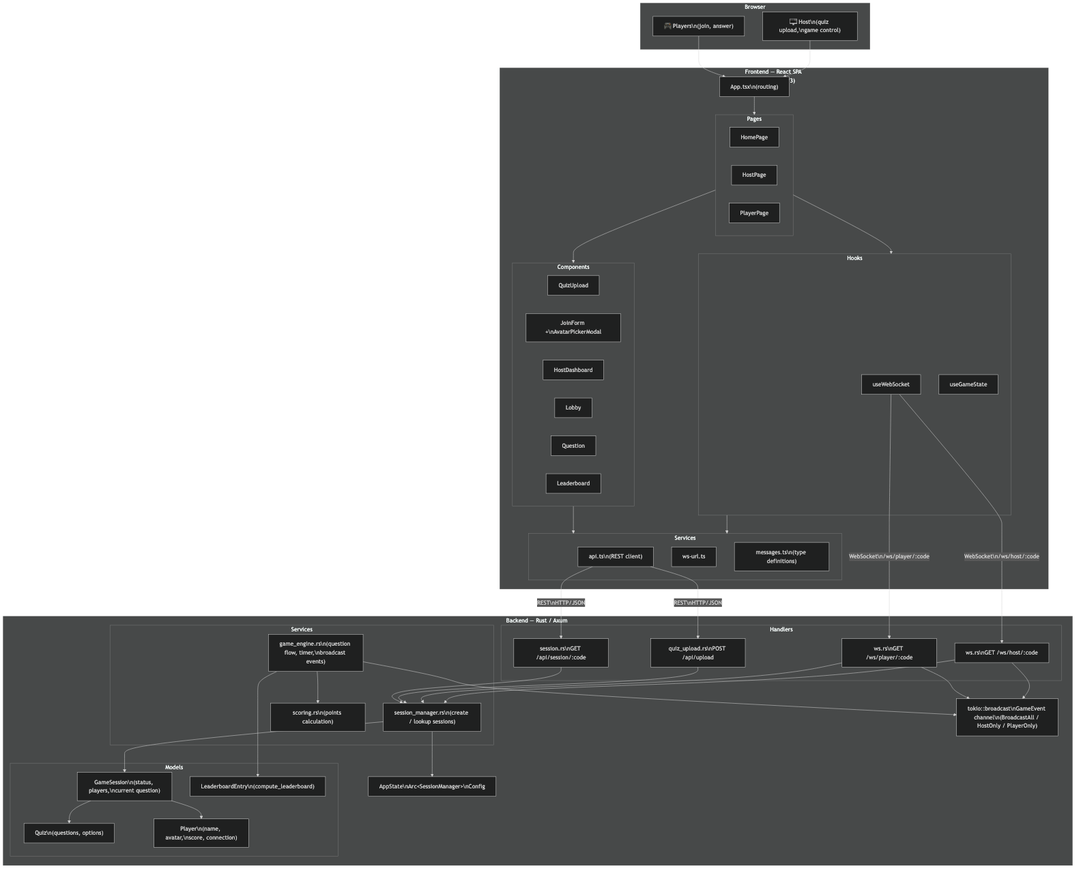
Above: docs/images/architecture.png in campeis/quiz-game (Mermaid), before the change. Its source is kept beside it as docs/diagrams/architecture.mmd.
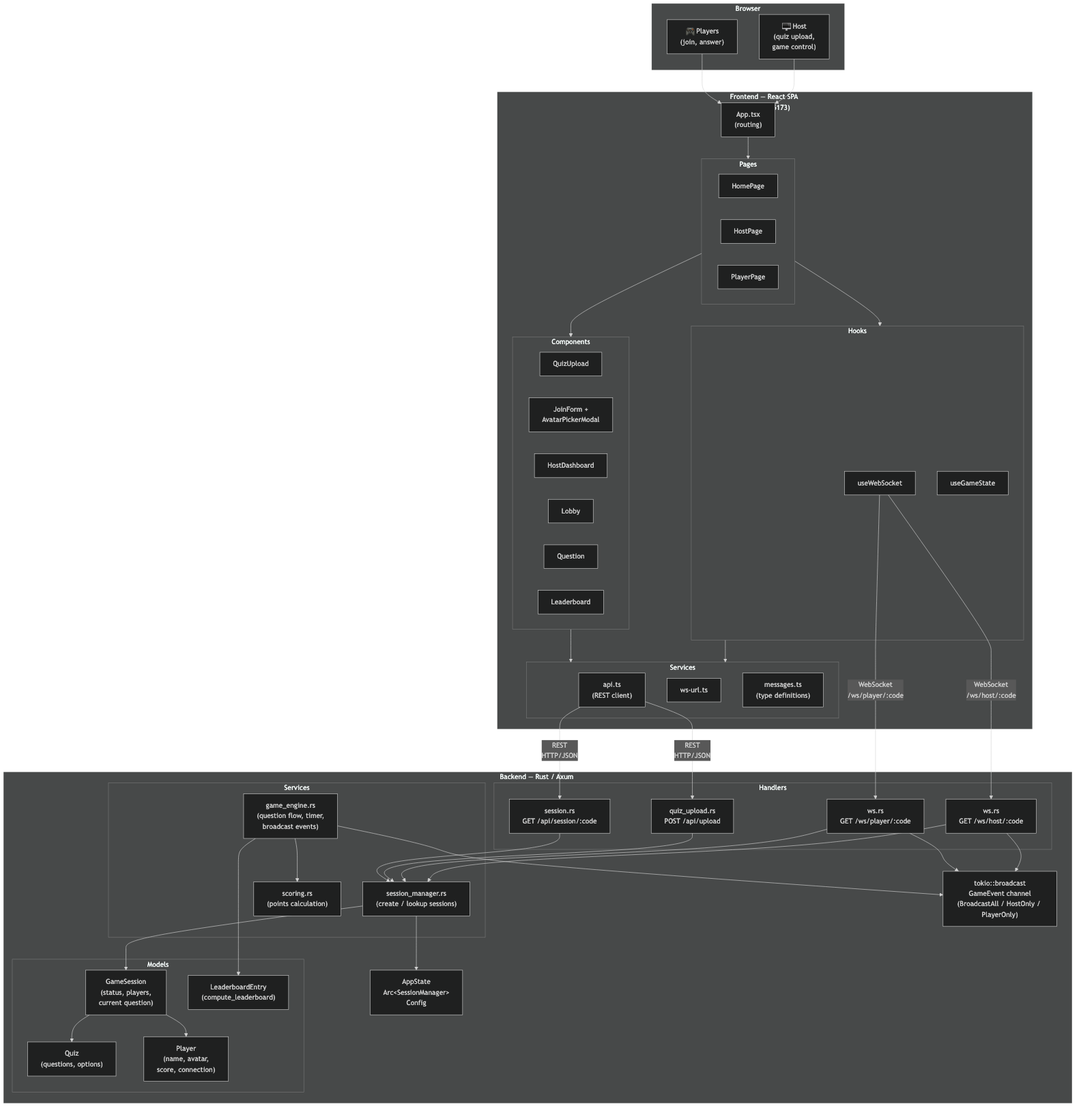
Later version of the same file.

Diff of the diagram source:
```diff
@@ -1,11 +1,11 @@
 graph TB
     subgraph Browser["Browser"]
-        Host["🖥️ Host\n(quiz upload,\ngame control)"]
-        Player["🎮 Players\n(join, answer)"]
+        Host["🖥️ Host<br/>(quiz upload,<br/>game control)"]
+        Player["🎮 Players<br/>(join, answer)"]
     end
 
     subgraph Frontend["Frontend — React SPA (localhost:5173)"]
-        App["App.tsx\n(routing)"]
+        App["App.tsx<br/>(routing)"]
 
         subgraph Pages["Pages"]
             HomePage["HomePage"]
@@ -20,7 +20,7 @@
 
         subgraph Components["Components"]
             QuizUpload["QuizUpload"]
-            JoinForm["JoinForm +\nAvatarPickerModal"]
+            JoinForm["JoinForm +<br/>AvatarPickerModal"]
             HostDashboard["HostDashboard"]
             Lobby["Lobby"]
             Question["Question"]
@@ -28,35 +28,35 @@
         end
 
         subgraph Services["Services"]
-            API["api.ts\n(REST client)"]
+            API["api.ts<br/>(REST client)"]
             WsUrl["ws-url.ts"]
-            Messages["messages.ts\n(type definitions)"]
+            Messages["messages.ts<br/>(type definitions)"]
         end
     end
 
     subgraph Backend["Backend — Rust / Axum (localhost:3000)"]
         subgraph Handlers["Handlers"]
-            QuizUploadH["quiz_upload.rs\nPOST /api/upload"]
-            SessionH["session.rs\nGET /api/session/:code"]
-            WsHostH["ws.rs\nGET /ws/host/:code"]
-            WsPlayerH["ws.rs\nGET /ws/player/:code"]
+            QuizUploadH["quiz_upload.rs<br/>POST /api/upload"]
+            SessionH["session.rs<br/>GET /api/session/:code"]
+            WsHostH["ws.rs<br/>GET /ws/host/:code"]
+            WsPlayerH["ws.rs<br/>GET /ws/player/:code"]
         end
 
         subgraph Services_BE["Services"]
-            SessionMgr["session_manager.rs\n(create / lookup sessions)"]
-            GameEngine["game_engine.rs\n(question flow, timer,\nbroadcast events)"]
-            Scoring["scoring.rs\n(points calculation)"]
+            SessionMgr["session_manager.rs<br/>(create / lookup sessions)"]
+            GameEngine["game_engine.rs<br/>(question flow, timer,<br/>broadcast events)"]
+            Scoring["scoring.rs<br/>(points calculation)"]
         end
 
         subgraph Models["Models"]
-            SessionM["GameSession\n(status, players,\ncurrent question)"]
-            QuizM["Quiz\n(questions, options)"]
-            PlayerM["Player\n(name, avatar,\nscore, connection)"]
-            Leaderboard_BE["LeaderboardEntry\n(compute_leaderboard)"]
+            SessionM["GameSession<br/>(status, players,<br/>current question)"]
+            QuizM["Quiz<br/>(questions, options)"]
+            PlayerM["Player<br/>(name, avatar,<br/>score, connection)"]
+            Leaderboard_BE["LeaderboardEntry<br/>(compute_leaderboard)"]
         end
 
-        Broadcast["tokio::broadcast\nGameEvent channel\n(BroadcastAll / HostOnly / PlayerOnly)"]
-        State["AppState\nArc&lt;SessionManager&gt;\nConfig"]
+        Broadcast["tokio::broadcast<br/>GameEvent channel<br/>(BroadcastAll / HostOnly / PlayerOnly)"]
+        State["AppState<br/>Arc&lt;SessionManager&gt;<br/>Config"]
     end
 
     Host --> App
@@ -67,10 +67,10 @@
     Hooks --> Services
     Components --> Services
 
-    API -- "REST\nHTTP/JSON" --> QuizUploadH
-    API -- "REST\nHTTP/JSON" --> SessionH
-    useWS -- "WebSocket\n/ws/host/:code" --> WsHostH
-    useWS -- "WebSocket\n/ws/player/:code" --> WsPlayerH
+    API -- "REST<br/>HTTP/JSON" --> QuizUploadH
+    API -- "REST<br/>HTTP/JSON" --> SessionH
+    useWS -- "WebSocket<br/>/ws/host/:code" --> WsHostH
+    useWS -- "WebSocket<br/>/ws/player/:code" --> WsPlayerH
 
     WsHostH --> SessionMgr
     WsHostH --> Broadcast
```
